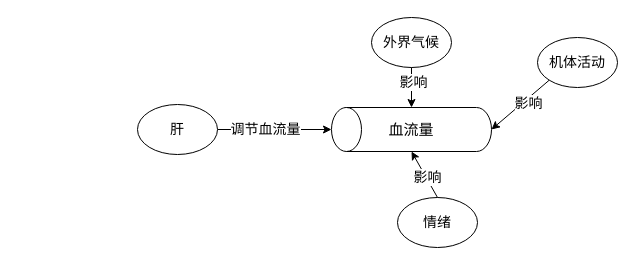
Above: 医门推敲叁/中医藏象学说/藏象学说之肝/肝的生理功能/肝主藏血之调节血量.drawio in 328507133/chart (draw.io), before the change. Source tidied: cells renumbered, new cells numbered last; positions are measured from the earlier drawing's top-left corner, leaving out a move shared by most shapes. Both pictures are drawn from the tidied source at 100%, with x=0, y=0 at pixel (137, 17).
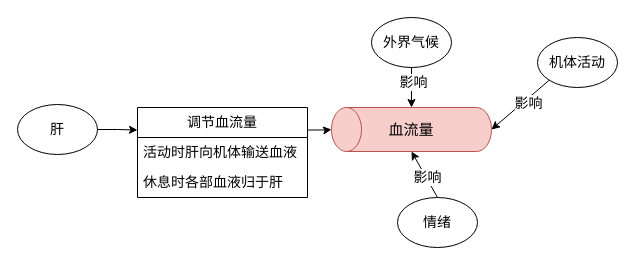
The same page after the edit.

Commit message (it also covers changes not shown here):
更新肝主藏血之调节血量.drawio

What changed in the source:
```diff
@@
 <mxGraphModel>
   <root>
     <mxCell id="0" />
     <mxCell id="1" parent="0" />
-    <mxCell id="2" style="shape=cylinder3;whiteSpace=wrap;html=1;boundedLbl=1;backgroundOutline=1;size=15;rotation=-90;" parent="1" vertex="1">
+    <mxCell id="2" style="shape=cylinder3;whiteSpace=wrap;html=1;boundedLbl=1;backgroundOutline=1;size=15;rotation=-90;fillColor=#f8cecc;strokeColor=#b85450;" parent="1" vertex="1">
       <mxGeometry x="252" y="32" width="44" height="160" as="geometry" />
     </mxCell>
     <mxCell id="3" value="血流量" style="text;html=1;strokeColor=none;fillColor=none;align=center;verticalAlign=middle;whiteSpace=wrap;rounded=0;fontSize=15;" parent="1" vertex="1">
       <mxGeometry x="244" y="97" width="60" height="30" as="geometry" />
     </mxCell>
     <mxCell id="4" value="机体活动" style="ellipse;whiteSpace=wrap;html=1;fontSize=14;" parent="1" vertex="1">
       <mxGeometry x="400" y="20" width="80" height="50" as="geometry" />
     </mxCell>
     <mxCell id="5" value="外界气候" style="ellipse;whiteSpace=wrap;html=1;fontSize=14;" parent="1" vertex="1">
       <mxGeometry x="234" width="80" height="50" as="geometry" />
     </mxCell>
     <mxCell id="6" value="情绪" style="ellipse;whiteSpace=wrap;html=1;fontSize=14;" parent="1" vertex="1">
       <mxGeometry x="260" y="180" width="80" height="50" as="geometry" />
     </mxCell>
     <mxCell id="7" style="endArrow=classic;html=1;rounded=0;entryX=0.5;entryY=1;entryDx=0;entryDy=0;entryPerimeter=0;exitX=0;exitY=1;exitDx=0;exitDy=0;" parent="1" edge="1" source="4" target="2">
       <mxGeometry relative="1" as="geometry" />
     </mxCell>
     <mxCell id="8" value="&lt;font style=&quot;font-size: 14px;&quot;&gt;影响&lt;/font&gt;" style="edgeLabel;html=1;align=center;verticalAlign=middle;" parent="7" vertex="1">
       <mxGeometry x="-0.18" y="3" relative="1" as="geometry" />
     </mxCell>
     <mxCell id="9" style="endArrow=classic;html=1;rounded=0;exitX=0.5;exitY=1;exitDx=0;exitDy=0;entryX=1;entryY=0.5;entryDx=0;entryDy=0;entryPerimeter=0;" parent="1" edge="1" source="5" target="2">
       <mxGeometry relative="1" as="geometry" />
     </mxCell>
     <mxCell id="10" value="影响" style="edgeLabel;html=1;align=center;verticalAlign=middle;fontSize=14;" parent="9" vertex="1">
       <mxGeometry x="-0.3" y="1" relative="1" as="geometry" />
     </mxCell>
     <mxCell id="11" style="endArrow=classic;html=1;rounded=0;entryX=0;entryY=0.5;entryDx=0;entryDy=0;entryPerimeter=0;exitX=0.5;exitY=0;exitDx=0;exitDy=0;" parent="1" edge="1" source="6" target="2">
       <mxGeometry relative="1" as="geometry" />
     </mxCell>
     <mxCell id="12" value="影响" style="edgeLabel;html=1;align=center;verticalAlign=middle;fontSize=14;" parent="11" vertex="1">
       <mxGeometry x="-0.11" relative="1" as="geometry">
         <mxPoint x="1" as="offset" />
       </mxGeometry>
     </mxCell>
-    <mxCell id="13" style="edgeStyle=orthogonalEdgeStyle;rounded=0;jettySize=auto;html=1;exitX=1;exitY=0.5;exitDx=0;exitDy=0;" parent="1" edge="1" source="15" target="2">
+    <mxCell id="13" style="edgeStyle=orthogonalEdgeStyle;rounded=0;jettySize=auto;html=1;exitX=1;exitY=0.25;exitDx=0;exitDy=0;" parent="1" edge="1" source="14" target="2">
       <mxGeometry relative="1" as="geometry" />
     </mxCell>
+    <mxCell id="15" value="肝" style="ellipse;whiteSpace=wrap;html=1;fontSize=14;" parent="1" vertex="1">
+      <mxGeometry x="-120" y="87" width="80" height="50" as="geometry" />
+    </mxCell>
+    <mxCell id="16" style="edgeStyle=orthogonalEdgeStyle;rounded=0;jettySize=auto;html=1;exitX=1;exitY=0.5;exitDx=0;exitDy=0;entryX=0;entryY=0.25;entryDx=0;entryDy=0;" parent="1" edge="1" source="15" target="14">
+      <mxGeometry relative="1" as="geometry" />
+    </mxCell>
-    <mxCell id="14" value="调节血流量" style="edgeLabel;html=1;align=center;verticalAlign=middle;points=[];fontSize=14;" parent="13" vertex="1">
-      <mxGeometry x="-0.18" y="1" relative="1" as="geometry" />
+    <mxCell id="14" value="调节血流量" style="swimlane;fontStyle=0;horizontal=1;startSize=30;whiteSpace=wrap;html=1;fontSize=14;" parent="1" vertex="1">
+      <mxGeometry y="90" width="170" height="90" as="geometry" />
     </mxCell>
-    <mxCell id="15" value="肝" style="ellipse;whiteSpace=wrap;html=1;fontSize=14;" parent="1" vertex="1">
-      <mxGeometry y="87" width="80" height="50" as="geometry" />
-    </mxCell>
+    <mxCell id="17" value="活动时肝向机体输送血液" style="text;strokeColor=none;fillColor=none;align=left;verticalAlign=middle;spacingLeft=4;spacingRight=4;overflow=hidden;whiteSpace=wrap;html=1;fontSize=14;" parent="14" vertex="1">
+      <mxGeometry y="30" width="170" height="30" as="geometry" />
+    </mxCell>
+    <mxCell id="18" value="休息时各部血液归于肝" style="text;strokeColor=none;fillColor=none;align=left;verticalAlign=middle;spacingLeft=4;spacingRight=4;overflow=hidden;whiteSpace=wrap;html=1;fontSize=14;" parent="14" vertex="1">
+      <mxGeometry y="60" width="170" height="30" as="geometry" />
+    </mxCell>
   </root>
 </mxGraphModel>
```
